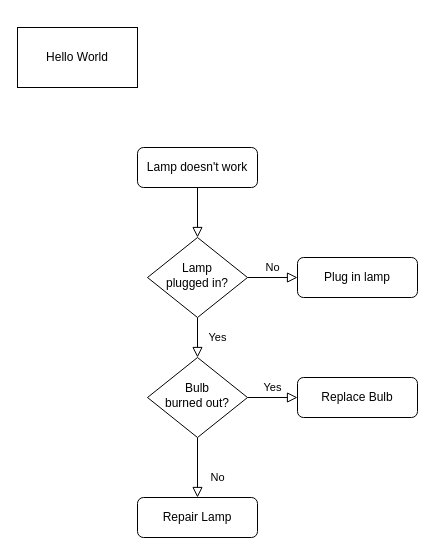
Earlier version of the draw.io diagram Untitled Diagram.drawio (multi-io/drivetest). Source tidied: cells renumbered, new cells numbered last; positions are measured from the earlier drawing's top-left corner, leaving out a move shared by most shapes. Both pictures are drawn from the tidied source at 100%, with x=0, y=0 at pixel (17, 27).
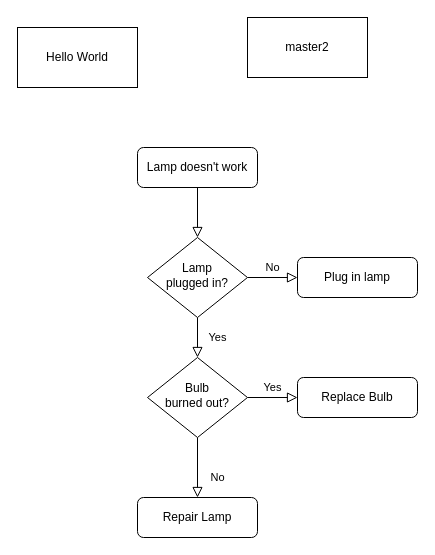
The same diagram, later.

Diff of the diagram source:
```diff
@@
 <mxGraphModel>
   <root>
     <mxCell id="0" />
     <mxCell id="1" parent="0" />
     <mxCell id="2" style="rounded=0;html=1;jettySize=auto;fontSize=11;endArrow=block;endFill=0;endSize=8;strokeWidth=1;shadow=0;labelBackgroundColor=none;edgeStyle=orthogonalEdgeStyle;" parent="1" edge="1" source="3" target="6">
       <mxGeometry relative="1" as="geometry" />
     </mxCell>
     <mxCell id="3" value="Lamp doesn't work" style="rounded=1;whiteSpace=wrap;html=1;fontSize=12;glass=0;strokeWidth=1;shadow=0;" parent="1" vertex="1">
       <mxGeometry x="120" y="120" width="120" height="40" as="geometry" />
     </mxCell>
     <mxCell id="4" value="Yes" style="rounded=0;html=1;jettySize=auto;fontSize=11;endArrow=block;endFill=0;endSize=8;strokeWidth=1;shadow=0;labelBackgroundColor=none;edgeStyle=orthogonalEdgeStyle;" parent="1" edge="1" source="6" target="10">
       <mxGeometry y="20" relative="1" as="geometry" />
     </mxCell>
     <mxCell id="5" value="No" style="edgeStyle=orthogonalEdgeStyle;rounded=0;html=1;jettySize=auto;fontSize=11;endArrow=block;endFill=0;endSize=8;strokeWidth=1;shadow=0;labelBackgroundColor=none;" parent="1" edge="1" source="6" target="7">
       <mxGeometry y="10" relative="1" as="geometry" />
     </mxCell>
     <mxCell id="6" value="Lamp&lt;br&gt;plugged in?" style="rhombus;whiteSpace=wrap;html=1;shadow=0;fontFamily=Helvetica;fontSize=12;align=center;strokeWidth=1;spacing=6;spacingTop=-4;" parent="1" vertex="1">
       <mxGeometry x="130" y="210" width="100" height="80" as="geometry" />
     </mxCell>
     <mxCell id="7" value="Plug in lamp" style="rounded=1;whiteSpace=wrap;html=1;fontSize=12;glass=0;strokeWidth=1;shadow=0;" parent="1" vertex="1">
       <mxGeometry x="280" y="230" width="120" height="40" as="geometry" />
     </mxCell>
     <mxCell id="8" value="No" style="rounded=0;html=1;jettySize=auto;fontSize=11;endArrow=block;endFill=0;endSize=8;strokeWidth=1;shadow=0;labelBackgroundColor=none;edgeStyle=orthogonalEdgeStyle;" parent="1" edge="1" source="10" target="11">
       <mxGeometry x="0.33" y="20" relative="1" as="geometry" />
     </mxCell>
     <mxCell id="9" value="Yes" style="edgeStyle=orthogonalEdgeStyle;rounded=0;html=1;jettySize=auto;fontSize=11;endArrow=block;endFill=0;endSize=8;strokeWidth=1;shadow=0;labelBackgroundColor=none;" parent="1" edge="1" source="10" target="12">
       <mxGeometry y="10" relative="1" as="geometry" />
     </mxCell>
     <mxCell id="10" value="Bulb&lt;br&gt;burned out?" style="rhombus;whiteSpace=wrap;html=1;shadow=0;fontFamily=Helvetica;fontSize=12;align=center;strokeWidth=1;spacing=6;spacingTop=-4;" parent="1" vertex="1">
       <mxGeometry x="130" y="330" width="100" height="80" as="geometry" />
     </mxCell>
     <mxCell id="11" value="Repair Lamp" style="rounded=1;whiteSpace=wrap;html=1;fontSize=12;glass=0;strokeWidth=1;shadow=0;" parent="1" vertex="1">
       <mxGeometry x="120" y="470" width="120" height="40" as="geometry" />
     </mxCell>
     <mxCell id="12" value="Replace Bulb" style="rounded=1;whiteSpace=wrap;html=1;fontSize=12;glass=0;strokeWidth=1;shadow=0;" parent="1" vertex="1">
       <mxGeometry x="280" y="350" width="120" height="40" as="geometry" />
     </mxCell>
     <mxCell id="13" value="Hello World" style="rounded=0;whiteSpace=wrap;html=1;" parent="1" vertex="1">
       <mxGeometry width="120" height="60" as="geometry" />
     </mxCell>
+    <mxCell id="14" value="master2" style="rounded=0;whiteSpace=wrap;html=1;" parent="1" vertex="1">
+      <mxGeometry x="230" y="-10" width="120" height="60" as="geometry" />
+    </mxCell>
   </root>
 </mxGraphModel>
```
